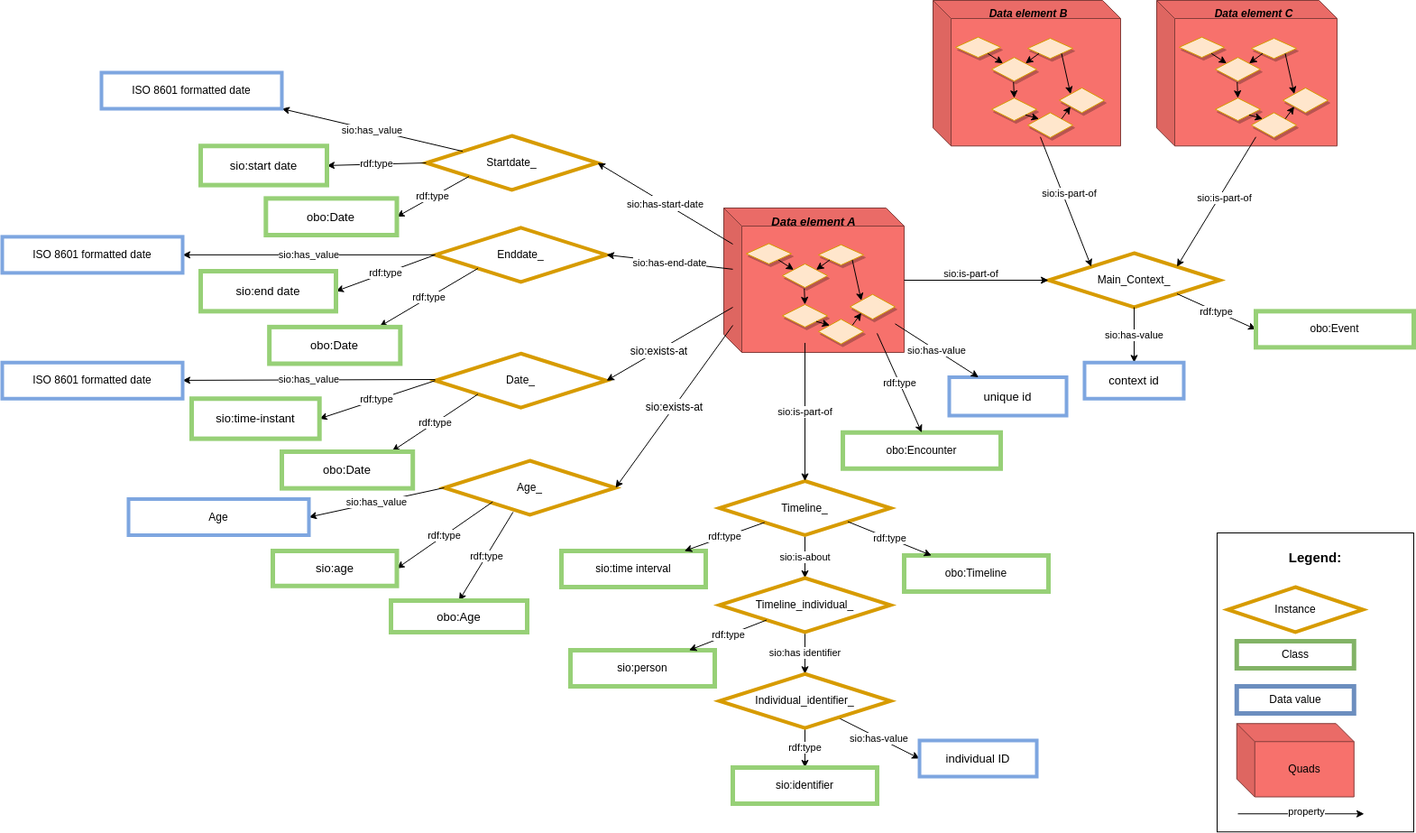
Earlier version of the draw.io export images/CARE-SM-Context.png (CARE-SM/CARE-Semantic-Model). Source tidied: cells renumbered, new cells last; positions are measured from the earlier drawing's top-left corner, leaving out a move shared by most shapes.
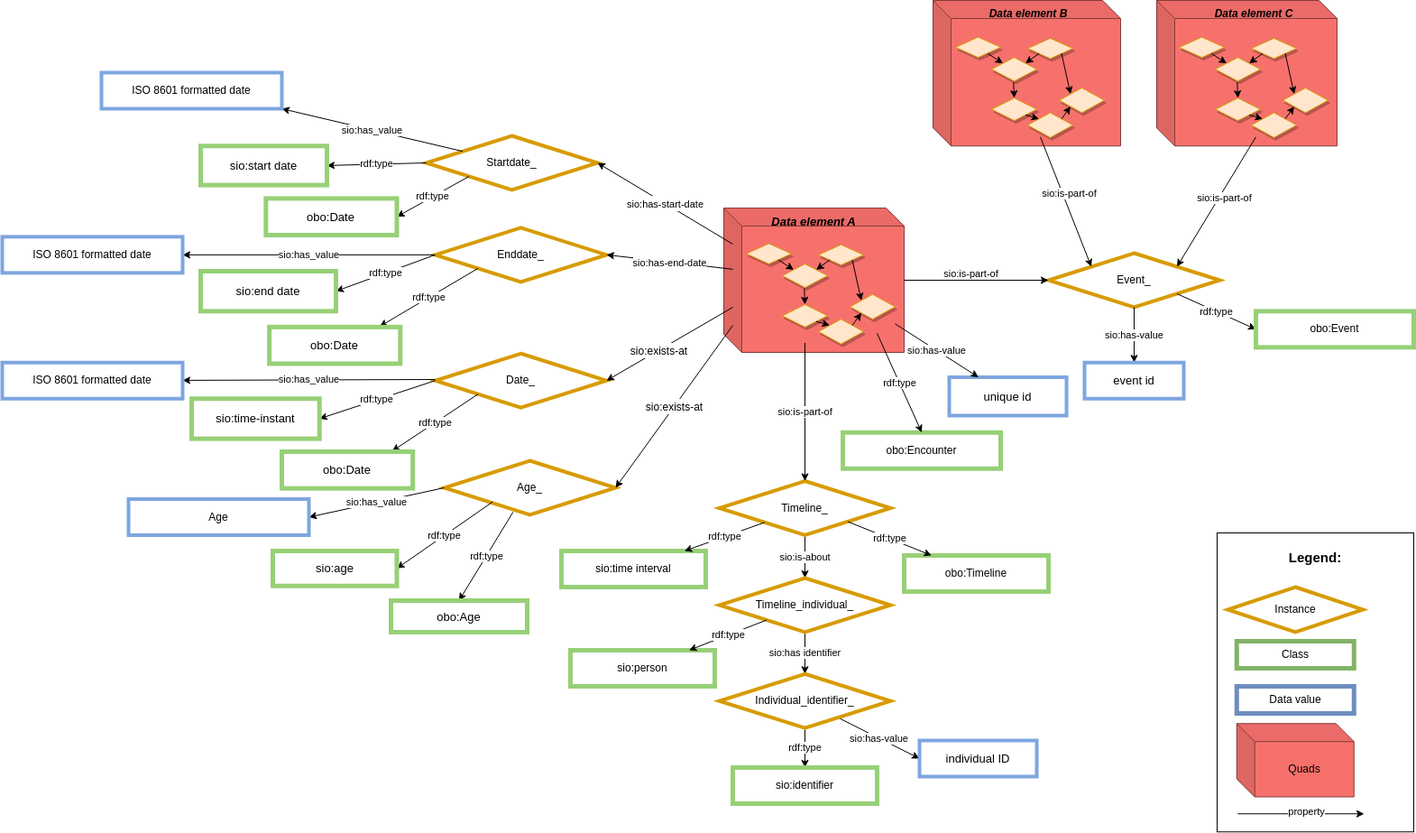
After the change.

Commit message:
Main context renamed by event

Change to the diagram source:
```diff
@@ -26,7 +26,7 @@
     <mxCell id="9" value="&lt;div&gt;&lt;font size=&quot;2&quot;&gt;individual ID&lt;/font&gt;&lt;/div&gt;" style="whiteSpace=wrap;html=1;fillColor=#FFFFFF;strokeColor=#7EA6E0;strokeWidth=4;" parent="1" vertex="1">
       <mxGeometry x="1017" y="820" width="130" height="40" as="geometry" />
     </mxCell>
-    <mxCell id="10" value="Main_Context_" style="rhombus;whiteSpace=wrap;html=1;fillColor=#FFFFFF;strokeColor=#D79B00;strokeWidth=4;" parent="1" vertex="1">
+    <mxCell id="10" value="Event_" style="rhombus;whiteSpace=wrap;html=1;fillColor=#FFFFFF;strokeColor=#D79B00;strokeWidth=4;" parent="1" vertex="1">
       <mxGeometry x="1160" y="280" width="190" height="60" as="geometry" />
     </mxCell>
     <mxCell id="11" value="rdf:type" style="edgeStyle=none;rounded=0;jettySize=auto;html=1;exitX=1;exitY=1;exitDx=0;exitDy=0;entryX=0;entryY=0.5;entryDx=0;entryDy=0;" parent="1" edge="1" source="10" target="25">
@@ -53,7 +53,7 @@
     <mxCell id="18" value="sio:has-value" style="edgeStyle=none;rounded=0;jettySize=auto;html=1;entryX=0.5;entryY=0;entryDx=0;entryDy=0;exitX=0.5;exitY=1;exitDx=0;exitDy=0;" parent="1" edge="1" source="10" target="19">
       <mxGeometry relative="1" as="geometry" />
     </mxCell>
-    <mxCell id="19" value="&lt;div&gt;&lt;font size=&quot;2&quot;&gt;context id&lt;/font&gt;&lt;/div&gt;" style="whiteSpace=wrap;html=1;fillColor=#FFFFFF;strokeColor=#7EA6E0;strokeWidth=4;" parent="1" vertex="1">
+    <mxCell id="19" value="&lt;div&gt;&lt;font size=&quot;2&quot;&gt;event id&lt;/font&gt;&lt;/div&gt;" style="whiteSpace=wrap;html=1;fillColor=#FFFFFF;strokeColor=#7EA6E0;strokeWidth=4;" parent="1" vertex="1">
       <mxGeometry x="1200" y="401.2" width="110" height="40" as="geometry" />
     </mxCell>
     <mxCell id="20" value="Age_" style="rhombus;whiteSpace=wrap;html=1;fillColor=#FFFFFF;strokeColor=#D79B00;strokeWidth=4;" parent="1" vertex="1">
```
